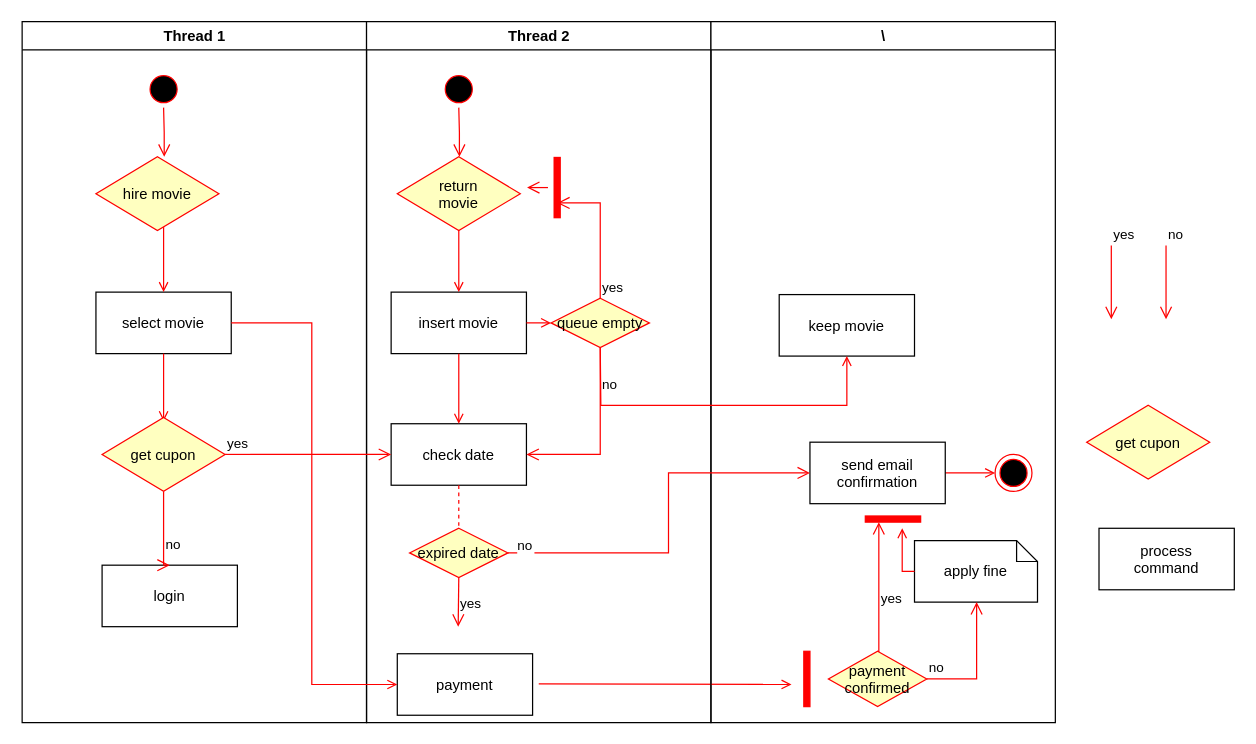
Before: MovieHire.drawio in marioBdev/CCT_HireMovie, a draw.io diagram. Source tidied: cells renumbered, new cells numbered last; positions are measured from the earlier drawing's top-left corner, leaving out a move shared by most shapes. Both pictures are drawn from the tidied source at 123%, with x=0, y=0 at pixel (21, 21).
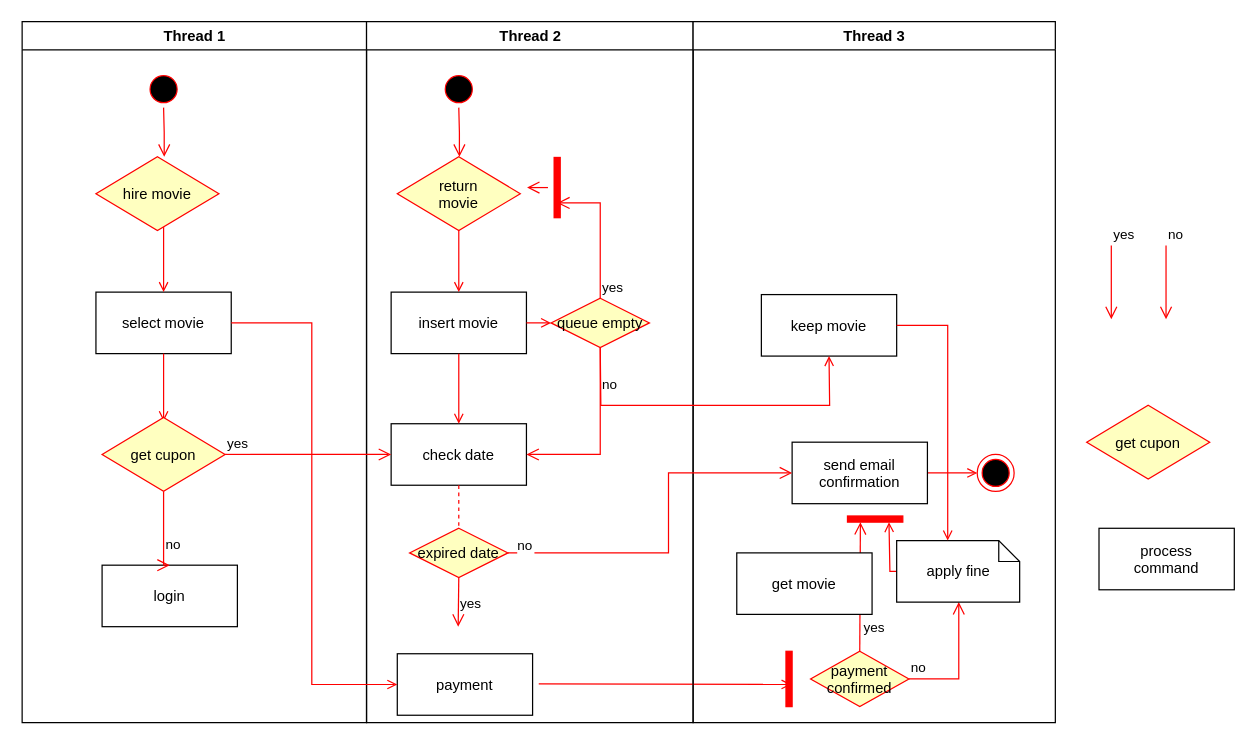
The same page after the edit.

The change refers to these unchanged cells:
```xml
<mxCell id="19" value="queue empty" style="rhombus;fillColor=#ffffc0;strokeColor=#ff0000;" parent="12" vertex="1">
  <mxGeometry x="150" y="225" width="80" height="40" as="geometry" />
</mxCell>
<mxCell id="34" value="payment&#10;confirmed" style="rhombus;fillColor=#ffffc0;strokeColor=#ff0000;" parent="31" vertex="1">
  <mxGeometry x="95.5" y="512" width="80" height="45" as="geometry" />
</mxCell>
<mxCell id="36" value="keep movie" parent="31" vertex="1">
  <mxGeometry x="55.5" y="222" width="110" height="50" as="geometry" />
</mxCell>
<mxCell id="41" style="whiteSpace=wrap;strokeColor=#FF0000;fillColor=#FF0000;rotation=-90;" parent="31" vertex="1">
  <mxGeometry x="145.5" y="382" width="5" height="45" as="geometry" />
</mxCell>
```

The edit, as a diff of the source:
```diff
@@
     <mxCell id="12" value="Thread 2" style="swimlane;whiteSpace=wrap;" parent="1" vertex="1">
-      <mxGeometry x="280.5" width="280" height="570" as="geometry" />
+      <mxGeometry x="280.5" width="265.5" height="570" as="geometry" />
     </mxCell>
@@
-    <mxCell id="31" value="\" style="swimlane;whiteSpace=wrap;" parent="1" vertex="1">
-      <mxGeometry x="560.5" width="280" height="570" as="geometry" />
+    <mxCell id="31" value="Thread 3" style="swimlane;whiteSpace=wrap;startSize=23;" parent="1" vertex="1">
+      <mxGeometry x="546" width="294.5" height="570" as="geometry" />
     </mxCell>
@@
     <mxCell id="38" value="yes" style="edgeStyle=elbowEdgeStyle;elbow=horizontal;align=left;verticalAlign=bottom;endArrow=open;endSize=8;strokeColor=#FF0000;endFill=1;rounded=0;exitX=0.5;exitY=0;exitDx=0;exitDy=0;entryX=0;entryY=0.25;entryDx=0;entryDy=0;" parent="31" edge="1" source="34" target="41">
-      <mxGeometry x="-0.33" relative="1" as="geometry">
-        <mxPoint y="1" as="offset" />
-      </mxGeometry>
+      <mxGeometry x="-0.8" y="-1" relative="1" as="geometry" />
     </mxCell>
-    <mxCell id="39" value="apply fine" style="shape=note;whiteSpace=wrap;size=17;" parent="31" vertex="1">
-      <mxGeometry x="165.5" y="422" width="100" height="50" as="geometry" />
-    </mxCell>
@@
+    <mxCell id="51" value="get movie" parent="31" vertex="1">
+      <mxGeometry x="35.5" y="432" width="110" height="50" as="geometry" />
+    </mxCell>
+    <mxCell id="50" style="endArrow=open;strokeColor=#FF0000;endFill=1;rounded=0;exitX=0;exitY=0.5;exitDx=0;exitDy=0;exitPerimeter=0;entryX=0;entryY=0.75;entryDx=0;entryDy=0;" parent="31" edge="1" source="39" target="41">
+      <mxGeometry relative="1" as="geometry">
+        <Array as="points">
+          <mxPoint x="170" y="447" />
+          <mxPoint x="160" y="447" />
+        </Array>
+      </mxGeometry>
+    </mxCell>
+    <mxCell id="39" value="apply fine" style="shape=note;whiteSpace=wrap;size=17;" parent="31" vertex="1">
+      <mxGeometry x="165.5" y="422" width="100" height="50" as="geometry" />
+    </mxCell>
+    <mxCell id="52" style="endArrow=open;strokeColor=#FF0000;endFill=1;rounded=0;exitX=1;exitY=0.5;exitDx=0;exitDy=0;entryX=0;entryY=0;entryDx=41.5;entryDy=0;entryPerimeter=0;" parent="31" edge="1" source="36" target="39">
+      <mxGeometry relative="1" as="geometry">
+        <Array as="points">
+          <mxPoint x="207" y="247" />
+          <mxPoint x="207" y="312" />
+        </Array>
+      </mxGeometry>
+    </mxCell>
@@
     <mxCell id="49" style="endArrow=open;strokeColor=#FF0000;endFill=1;rounded=0;exitX=0.5;exitY=1;exitDx=0;exitDy=0;entryX=0.5;entryY=1;entryDx=0;entryDy=0;" parent="1" edge="1" source="19" target="36">
       <mxGeometry relative="1" as="geometry">
         <Array as="points">
           <mxPoint x="471" y="312" />
-          <mxPoint x="671" y="312" />
+          <mxPoint x="657" y="312" />
         </Array>
       </mxGeometry>
     </mxCell>
-    <mxCell id="50" style="endArrow=open;strokeColor=#FF0000;endFill=1;rounded=0;exitX=0;exitY=0.5;exitDx=0;exitDy=0;exitPerimeter=0;" parent="1" edge="1" source="39">
-      <mxGeometry relative="1" as="geometry">
-        <mxPoint x="716" y="412" as="targetPoint" />
-        <Array as="points">
-          <mxPoint x="716" y="447" />
-        </Array>
-      </mxGeometry>
-    </mxCell>
```
